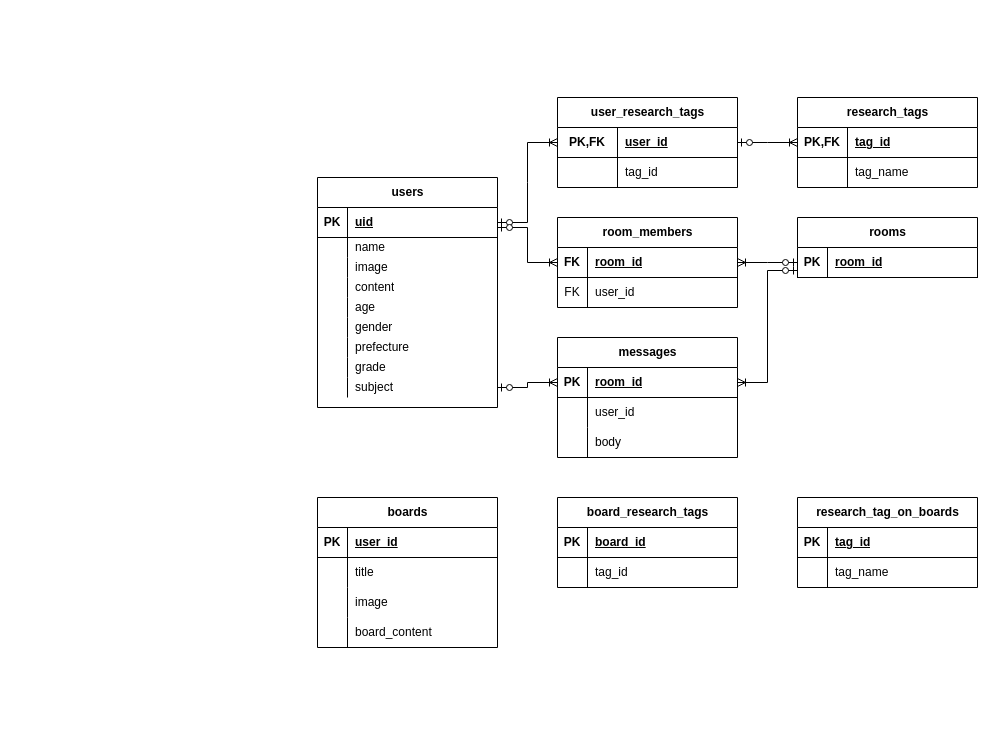
The draw.io diagram ER_auth_test.drawio in chobencho/auth-test, before the edit. Source tidied: cells renumbered, new cells numbered last; positions are measured from the earlier drawing's top-left corner, leaving out a move shared by most shapes. Both pictures are drawn from the tidied source at 100%, with x=0, y=0 at pixel (317, 97).
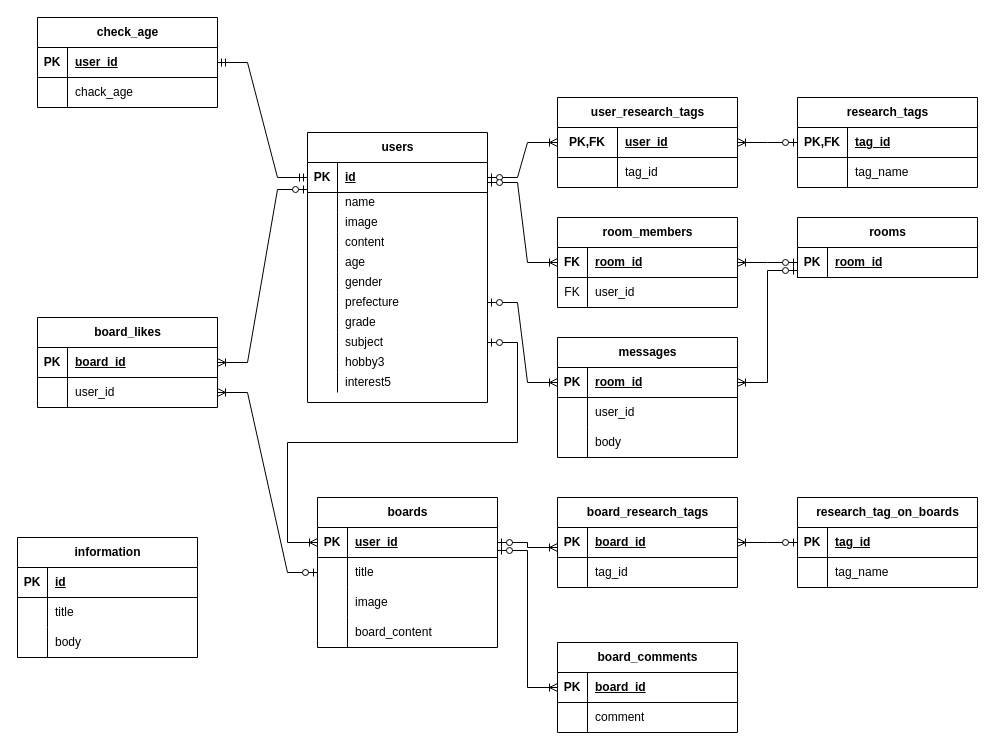
The same page after the edit.

Commit message:
ER_auth_test.drawio を更新します

Unchanged cells that the change refers to:
```xml
<mxCell id="3" style="shape=tableRow;horizontal=0;startSize=0;swimlaneHead=0;swimlaneBody=0;fillColor=none;points=[[0,0.5],[1,0.5]];portConstraint=eastwest;top=0;left=0;right=0;bottom=1;" parent="2" vertex="1">
  <mxGeometry y="30" width="180" height="30" as="geometry" />
</mxCell>
<mxCell id="21" style="shape=tableRow;horizontal=0;startSize=0;swimlaneHead=0;swimlaneBody=0;fillColor=none;points=[[0,0.5],[1,0.5]];portConstraint=eastwest;top=0;left=0;right=0;bottom=0;" parent="2" vertex="1">
  <mxGeometry y="160" width="180" height="20" as="geometry" />
</mxCell>
<mxCell id="27" style="shape=tableRow;horizontal=0;startSize=0;swimlaneHead=0;swimlaneBody=0;fillColor=none;points=[[0,0.5],[1,0.5]];portConstraint=eastwest;top=0;left=0;right=0;bottom=0;" parent="2" vertex="1">
  <mxGeometry y="200" width="180" height="20" as="geometry" />
</mxCell>
<mxCell id="31" style="shape=tableRow;horizontal=0;startSize=0;swimlaneHead=0;swimlaneBody=0;fillColor=none;points=[[0,0.5],[1,0.5]];portConstraint=eastwest;top=0;left=0;right=0;bottom=1;" parent="30" vertex="1">
  <mxGeometry y="30" width="180" height="30" as="geometry" />
</mxCell>
<mxCell id="39" style="shape=tableRow;horizontal=0;startSize=0;swimlaneHead=0;swimlaneBody=0;fillColor=none;points=[[0,0.5],[1,0.5]];portConstraint=eastwest;top=0;left=0;right=0;bottom=1;" parent="38" vertex="1">
  <mxGeometry y="30" width="180" height="30" as="geometry" />
</mxCell>
<mxCell id="61" style="shape=tableRow;horizontal=0;startSize=0;swimlaneHead=0;swimlaneBody=0;fillColor=none;points=[[0,0.5],[1,0.5]];portConstraint=eastwest;top=0;left=0;right=0;bottom=1;" parent="60" vertex="1">
  <mxGeometry y="30" width="180" height="30" as="geometry" />
</mxCell>
<mxCell id="72" style="shape=tableRow;horizontal=0;startSize=0;swimlaneHead=0;swimlaneBody=0;fillColor=none;points=[[0,0.5],[1,0.5]];portConstraint=eastwest;top=0;left=0;right=0;bottom=1;" parent="71" vertex="1">
  <mxGeometry y="30" width="180" height="30" as="geometry" />
</mxCell>
<mxCell id="75" style="shape=tableRow;horizontal=0;startSize=0;swimlaneHead=0;swimlaneBody=0;fillColor=none;points=[[0,0.5],[1,0.5]];portConstraint=eastwest;top=0;left=0;right=0;bottom=0;" parent="71" vertex="1">
  <mxGeometry y="60" width="180" height="30" as="geometry" />
</mxCell>
<mxCell id="85" style="shape=tableRow;horizontal=0;startSize=0;swimlaneHead=0;swimlaneBody=0;fillColor=none;points=[[0,0.5],[1,0.5]];portConstraint=eastwest;top=0;left=0;right=0;bottom=1;" parent="84" vertex="1">
  <mxGeometry y="30" width="180" height="30" as="geometry" />
</mxCell>
<mxCell id="92" style="shape=tableRow;horizontal=0;startSize=0;swimlaneHead=0;swimlaneBody=0;fillColor=none;points=[[0,0.5],[1,0.5]];portConstraint=eastwest;top=0;left=0;right=0;bottom=1;" parent="91" vertex="1">
  <mxGeometry y="30" width="180" height="30" as="geometry" />
</mxCell>
```

Change to the diagram source:
```diff
@@
     <mxCell id="2" value="users" style="shape=table;startSize=30;childLayout=tableLayout;rowLines=0;fontStyle=1;align=center;html=1;" parent="1" vertex="1">
-      <mxGeometry y="80" width="180" height="230" as="geometry" />
+      <mxGeometry x="-10" y="35" width="180" height="270" as="geometry" />
     </mxCell>
@@
-    <mxCell id="5" value="uid" style="shape=partialRectangle;fillColor=none;top=0;left=0;bottom=0;right=0;align=left;spacingLeft=6;fontStyle=5;overflow=hidden;whiteSpace=wrap;html=1;" parent="3" vertex="1">
+    <mxCell id="5" value="id" style="shape=partialRectangle;fillColor=none;top=0;left=0;bottom=0;right=0;align=left;spacingLeft=6;fontStyle=5;overflow=hidden;whiteSpace=wrap;html=1;" parent="3" vertex="1">
       <mxGeometry x="30" width="150" height="30" as="geometry" />
     </mxCell>
@@
+    <mxCell id="98" style="shape=tableRow;horizontal=0;startSize=0;swimlaneHead=0;swimlaneBody=0;fillColor=none;top=0;left=0;right=0;bottom=0;" parent="2" vertex="1">
+      <mxGeometry y="220" width="180" height="20" as="geometry" />
+    </mxCell>
+    <mxCell id="99" style="shape=partialRectangle;fillColor=none;top=0;left=0;bottom=0;right=0;overflow=hidden;whiteSpace=wrap;html=1;" parent="98" vertex="1">
+      <mxGeometry width="30" height="20" as="geometry" />
+    </mxCell>
+    <mxCell id="100" value="hobby3" style="shape=partialRectangle;fillColor=none;top=0;left=0;bottom=0;right=0;align=left;spacingLeft=6;overflow=hidden;whiteSpace=wrap;html=1;" parent="98" vertex="1">
+      <mxGeometry x="30" width="150" height="20" as="geometry" />
+    </mxCell>
+    <mxCell id="101" style="shape=tableRow;horizontal=0;startSize=0;swimlaneHead=0;swimlaneBody=0;fillColor=none;top=0;left=0;right=0;bottom=0;" parent="2" vertex="1">
+      <mxGeometry y="240" width="180" height="20" as="geometry" />
+    </mxCell>
+    <mxCell id="102" style="shape=partialRectangle;fillColor=none;top=0;left=0;bottom=0;right=0;overflow=hidden;whiteSpace=wrap;html=1;" parent="101" vertex="1">
+      <mxGeometry width="30" height="20" as="geometry" />
+    </mxCell>
+    <mxCell id="103" value="interest5" style="shape=partialRectangle;fillColor=none;top=0;left=0;bottom=0;right=0;align=left;spacingLeft=6;overflow=hidden;whiteSpace=wrap;html=1;" parent="101" vertex="1">
+      <mxGeometry x="30" width="150" height="20" as="geometry" />
+    </mxCell>
@@
-    <mxCell id="45" style="edgeStyle=entityRelationEdgeStyle;fontSize=12;html=1;endArrow=ERoneToMany;startArrow=ERzeroToOne;rounded=0;entryX=0;entryY=0.5;entryDx=0;entryDy=0;exitX=1;exitY=0.5;exitDx=0;exitDy=0;" parent="1" edge="1" source="31" target="39">
-      <mxGeometry relative="1" as="geometry" />
-    </mxCell>
@@
-    <mxCell id="59" style="edgeStyle=entityRelationEdgeStyle;fontSize=12;html=1;endArrow=ERoneToMany;startArrow=ERzeroToOne;rounded=0;entryX=0;entryY=0.5;entryDx=0;entryDy=0;exitX=1;exitY=0.5;exitDx=0;exitDy=0;" parent="1" edge="1" source="27" target="61">
+    <mxCell id="59" style="edgeStyle=entityRelationEdgeStyle;fontSize=12;html=1;endArrow=ERoneToMany;startArrow=ERzeroToOne;rounded=0;entryX=0;entryY=0.5;entryDx=0;entryDy=0;exitX=1;exitY=0.5;exitDx=0;exitDy=0;" parent="1" edge="1" source="21" target="61">
       <mxGeometry relative="1" as="geometry">
         <Array as="points">
           <mxPoint x="178.9" y="641" />
           <mxPoint x="260" y="440" />
           <mxPoint x="488.9" y="731" />
           <mxPoint x="658.9" y="641" />
           <mxPoint x="668.9" y="660" />
           <mxPoint x="448.9" y="820" />
           <mxPoint x="658.9" y="860" />
         </Array>
       </mxGeometry>
     </mxCell>
@@
+    <mxCell id="104" style="edgeStyle=entityRelationEdgeStyle;fontSize=12;html=1;endArrow=ERoneToMany;startArrow=ERzeroToOne;rounded=0;exitX=1;exitY=0.5;exitDx=0;exitDy=0;" parent="1" edge="1" source="27">
+      <mxGeometry relative="1" as="geometry">
+        <mxPoint y="445" as="targetPoint" />
+        <Array as="points">
+          <mxPoint x="-30" y="290" />
+        </Array>
+      </mxGeometry>
+    </mxCell>
+    <mxCell id="105" style="edgeStyle=entityRelationEdgeStyle;fontSize=12;html=1;endArrow=ERoneToMany;startArrow=ERzeroToOne;rounded=0;entryX=0;entryY=0.667;entryDx=0;entryDy=0;exitX=1;exitY=0.5;exitDx=0;exitDy=0;entryPerimeter=0;" parent="1" edge="1" source="72" target="85">
+      <mxGeometry relative="1" as="geometry">
+        <Array as="points">
+          <mxPoint x="178.9" y="798.5" />
+          <mxPoint x="260" y="597.5" />
+          <mxPoint x="488.9" y="888.5" />
+          <mxPoint x="658.9" y="798.5" />
+          <mxPoint x="668.9" y="817.5" />
+          <mxPoint x="448.9" y="977.5" />
+          <mxPoint x="658.9" y="1017.5" />
+        </Array>
+      </mxGeometry>
+    </mxCell>
+    <mxCell id="106" style="edgeStyle=entityRelationEdgeStyle;fontSize=12;html=1;endArrow=ERoneToMany;startArrow=ERzeroToOne;rounded=0;entryX=1;entryY=0.5;entryDx=0;entryDy=0;exitX=0;exitY=0.5;exitDx=0;exitDy=0;" parent="1" edge="1" source="92" target="85">
+      <mxGeometry relative="1" as="geometry">
+        <Array as="points">
+          <mxPoint x="418.9" y="883.5" />
+          <mxPoint x="500" y="682.5" />
+          <mxPoint x="728.9" y="973.5" />
+          <mxPoint x="898.9" y="883.5" />
+          <mxPoint x="908.9" y="902.5" />
+          <mxPoint x="688.9" y="1062.5" />
+          <mxPoint x="898.9" y="1102.5" />
+        </Array>
+      </mxGeometry>
+    </mxCell>
+    <mxCell id="107" style="edgeStyle=entityRelationEdgeStyle;fontSize=12;html=1;endArrow=ERoneToMany;startArrow=ERzeroToOne;rounded=0;exitX=0;exitY=0.5;exitDx=0;exitDy=0;" parent="1" edge="1" source="39" target="31">
+      <mxGeometry relative="1" as="geometry">
+        <Array as="points">
+          <mxPoint x="308.9" y="548.5" />
+          <mxPoint x="390" y="347.5" />
+          <mxPoint x="618.9" y="638.5" />
+          <mxPoint x="788.9" y="548.5" />
+          <mxPoint x="798.9" y="567.5" />
+          <mxPoint x="578.9" y="727.5" />
+          <mxPoint x="788.9" y="767.5" />
+        </Array>
+      </mxGeometry>
+    </mxCell>
+    <mxCell id="108" value="board_likes" style="shape=table;startSize=30;childLayout=tableLayout;rowLines=0;fontStyle=1;align=center;html=1;" parent="1" vertex="1">
+      <mxGeometry x="-280" y="220" width="180" height="90" as="geometry" />
+    </mxCell>
+    <mxCell id="109" style="shape=tableRow;horizontal=0;startSize=0;swimlaneHead=0;swimlaneBody=0;fillColor=none;points=[[0,0.5],[1,0.5]];portConstraint=eastwest;top=0;left=0;right=0;bottom=1;" parent="108" vertex="1">
+      <mxGeometry y="30" width="180" height="30" as="geometry" />
+    </mxCell>
+    <mxCell id="110" value="PK" style="shape=partialRectangle;fillColor=none;top=0;left=0;bottom=0;right=0;fontStyle=1;overflow=hidden;whiteSpace=wrap;html=1;" parent="109" vertex="1">
+      <mxGeometry width="30" height="30" as="geometry" />
+    </mxCell>
+    <mxCell id="111" value="board_id" style="shape=partialRectangle;fillColor=none;top=0;left=0;bottom=0;right=0;align=left;spacingLeft=6;fontStyle=5;overflow=hidden;whiteSpace=wrap;html=1;" parent="109" vertex="1">
+      <mxGeometry x="30" width="150" height="30" as="geometry" />
+    </mxCell>
+    <mxCell id="112" style="shape=tableRow;horizontal=0;startSize=0;swimlaneHead=0;swimlaneBody=0;fillColor=none;points=[[0,0.5],[1,0.5]];portConstraint=eastwest;top=0;left=0;right=0;bottom=0;" parent="108" vertex="1">
+      <mxGeometry y="60" width="180" height="30" as="geometry" />
+    </mxCell>
+    <mxCell id="113" style="shape=partialRectangle;fillColor=none;top=0;left=0;bottom=0;right=0;overflow=hidden;whiteSpace=wrap;html=1;" parent="112" vertex="1">
+      <mxGeometry width="30" height="30" as="geometry" />
+    </mxCell>
+    <mxCell id="114" value="user_id" style="shape=partialRectangle;fillColor=none;top=0;left=0;bottom=0;right=0;align=left;spacingLeft=6;overflow=hidden;whiteSpace=wrap;html=1;" parent="112" vertex="1">
+      <mxGeometry x="30" width="150" height="30" as="geometry" />
+    </mxCell>
+    <mxCell id="115" style="edgeStyle=entityRelationEdgeStyle;fontSize=12;html=1;endArrow=ERoneToMany;startArrow=ERzeroToOne;rounded=0;exitX=0;exitY=0.9;exitDx=0;exitDy=0;entryX=1;entryY=0.5;entryDx=0;entryDy=0;exitPerimeter=0;" parent="1" edge="1" source="3" target="109">
+      <mxGeometry relative="1" as="geometry">
+        <Array as="points">
+          <mxPoint x="-310" y="310" />
+        </Array>
+      </mxGeometry>
+    </mxCell>
+    <mxCell id="116" style="edgeStyle=entityRelationEdgeStyle;fontSize=12;html=1;endArrow=ERoneToMany;startArrow=ERzeroToOne;rounded=0;exitX=0;exitY=0.5;exitDx=0;exitDy=0;entryX=1;entryY=0.5;entryDx=0;entryDy=0;" parent="1" edge="1" source="75" target="112">
+      <mxGeometry relative="1" as="geometry">
+        <Array as="points">
+          <mxPoint x="-430" y="645" />
+        </Array>
+      </mxGeometry>
+    </mxCell>
+    <mxCell id="117" value="board_comments" style="shape=table;startSize=30;childLayout=tableLayout;rowLines=0;fontStyle=1;align=center;html=1;" parent="1" vertex="1">
+      <mxGeometry x="240" y="545" width="180" height="90" as="geometry" />
+    </mxCell>
+    <mxCell id="118" style="shape=tableRow;horizontal=0;startSize=0;swimlaneHead=0;swimlaneBody=0;fillColor=none;points=[[0,0.5],[1,0.5]];portConstraint=eastwest;top=0;left=0;right=0;bottom=1;" parent="117" vertex="1">
+      <mxGeometry y="30" width="180" height="30" as="geometry" />
+    </mxCell>
+    <mxCell id="119" value="PK" style="shape=partialRectangle;fillColor=none;top=0;left=0;bottom=0;right=0;fontStyle=1;overflow=hidden;whiteSpace=wrap;html=1;" parent="118" vertex="1">
+      <mxGeometry width="30" height="30" as="geometry" />
+    </mxCell>
+    <mxCell id="120" value="board_id" style="shape=partialRectangle;fillColor=none;top=0;left=0;bottom=0;right=0;align=left;spacingLeft=6;fontStyle=5;overflow=hidden;whiteSpace=wrap;html=1;" parent="118" vertex="1">
+      <mxGeometry x="30" width="150" height="30" as="geometry" />
+    </mxCell>
+    <mxCell id="121" style="shape=tableRow;horizontal=0;startSize=0;swimlaneHead=0;swimlaneBody=0;fillColor=none;top=0;left=0;right=0;bottom=0;" parent="117" vertex="1">
+      <mxGeometry y="60" width="180" height="30" as="geometry" />
+    </mxCell>
+    <mxCell id="122" style="shape=partialRectangle;fillColor=none;top=0;left=0;bottom=0;right=0;overflow=hidden;whiteSpace=wrap;html=1;" parent="121" vertex="1">
+      <mxGeometry width="30" height="30" as="geometry" />
+    </mxCell>
+    <mxCell id="123" value="comment" style="shape=partialRectangle;fillColor=none;top=0;left=0;bottom=0;right=0;align=left;spacingLeft=6;overflow=hidden;whiteSpace=wrap;html=1;" parent="121" vertex="1">
+      <mxGeometry x="30" width="150" height="30" as="geometry" />
+    </mxCell>
+    <mxCell id="124" style="edgeStyle=entityRelationEdgeStyle;fontSize=12;html=1;endArrow=ERoneToMany;startArrow=ERzeroToOne;rounded=0;entryX=0;entryY=0.5;entryDx=0;entryDy=0;exitX=1;exitY=0.767;exitDx=0;exitDy=0;exitPerimeter=0;" parent="1" edge="1" source="72" target="118">
+      <mxGeometry relative="1" as="geometry">
+        <Array as="points">
+          <mxPoint x="188.9" y="808.5" />
+          <mxPoint x="270" y="607.5" />
+          <mxPoint x="498.9" y="898.5" />
+          <mxPoint x="668.9" y="808.5" />
+          <mxPoint x="678.9" y="827.5" />
+          <mxPoint x="458.9" y="987.5" />
+          <mxPoint x="668.9" y="1027.5" />
+        </Array>
+      </mxGeometry>
+    </mxCell>
+    <mxCell id="125" value="check_age" style="shape=table;startSize=30;childLayout=tableLayout;rowLines=0;fontStyle=1;align=center;html=1;" parent="1" vertex="1">
+      <mxGeometry x="-280" y="-80" width="180" height="90" as="geometry" />
+    </mxCell>
+    <mxCell id="126" style="shape=tableRow;horizontal=0;startSize=0;swimlaneHead=0;swimlaneBody=0;fillColor=none;points=[[0,0.5],[1,0.5]];portConstraint=eastwest;top=0;left=0;right=0;bottom=1;" parent="125" vertex="1">
+      <mxGeometry y="30" width="180" height="30" as="geometry" />
+    </mxCell>
+    <mxCell id="127" value="PK" style="shape=partialRectangle;fillColor=none;top=0;left=0;bottom=0;right=0;fontStyle=1;overflow=hidden;whiteSpace=wrap;html=1;" parent="126" vertex="1">
+      <mxGeometry width="30" height="30" as="geometry" />
+    </mxCell>
+    <mxCell id="128" value="user_id" style="shape=partialRectangle;fillColor=none;top=0;left=0;bottom=0;right=0;align=left;spacingLeft=6;fontStyle=5;overflow=hidden;whiteSpace=wrap;html=1;" parent="126" vertex="1">
+      <mxGeometry x="30" width="150" height="30" as="geometry" />
+    </mxCell>
+    <mxCell id="129" style="shape=tableRow;horizontal=0;startSize=0;swimlaneHead=0;swimlaneBody=0;fillColor=none;top=0;left=0;right=0;bottom=0;" parent="125" vertex="1">
+      <mxGeometry y="60" width="180" height="30" as="geometry" />
+    </mxCell>
+    <mxCell id="130" style="shape=partialRectangle;fillColor=none;top=0;left=0;bottom=0;right=0;overflow=hidden;whiteSpace=wrap;html=1;" parent="129" vertex="1">
+      <mxGeometry width="30" height="30" as="geometry" />
+    </mxCell>
+    <mxCell id="131" value="chack_age" style="shape=partialRectangle;fillColor=none;top=0;left=0;bottom=0;right=0;align=left;spacingLeft=6;overflow=hidden;whiteSpace=wrap;html=1;" parent="129" vertex="1">
+      <mxGeometry x="30" width="150" height="30" as="geometry" />
+    </mxCell>
+    <mxCell id="132" style="edgeStyle=entityRelationEdgeStyle;fontSize=12;html=1;endArrow=ERmandOne;startArrow=ERmandOne;rounded=0;entryX=1;entryY=0.5;entryDx=0;entryDy=0;exitX=0;exitY=0.5;exitDx=0;exitDy=0;" parent="1" edge="1" source="3" target="126">
+      <mxGeometry relative="1" as="geometry" />
+    </mxCell>
+    <mxCell id="133" value="information" style="shape=table;startSize=30;childLayout=tableLayout;rowLines=0;fontStyle=1;align=center;html=1;" parent="1" vertex="1">
+      <mxGeometry x="-300" y="440" width="180" height="120" as="geometry" />
+    </mxCell>
+    <mxCell id="134" style="shape=tableRow;horizontal=0;startSize=0;swimlaneHead=0;swimlaneBody=0;fillColor=none;top=0;left=0;right=0;bottom=1;" parent="133" vertex="1">
+      <mxGeometry y="30" width="180" height="30" as="geometry" />
+    </mxCell>
+    <mxCell id="135" value="PK" style="shape=partialRectangle;fillColor=none;top=0;left=0;bottom=0;right=0;fontStyle=1;overflow=hidden;whiteSpace=wrap;html=1;" parent="134" vertex="1">
+      <mxGeometry width="30" height="30" as="geometry" />
+    </mxCell>
+    <mxCell id="136" value="id" style="shape=partialRectangle;fillColor=none;top=0;left=0;bottom=0;right=0;align=left;spacingLeft=6;fontStyle=5;overflow=hidden;whiteSpace=wrap;html=1;" parent="134" vertex="1">
+      <mxGeometry x="30" width="150" height="30" as="geometry" />
+    </mxCell>
+    <mxCell id="137" style="shape=tableRow;horizontal=0;startSize=0;swimlaneHead=0;swimlaneBody=0;fillColor=none;top=0;left=0;right=0;bottom=0;" parent="133" vertex="1">
+      <mxGeometry y="60" width="180" height="30" as="geometry" />
+    </mxCell>
+    <mxCell id="138" style="shape=partialRectangle;fillColor=none;top=0;left=0;bottom=0;right=0;overflow=hidden;whiteSpace=wrap;html=1;" parent="137" vertex="1">
+      <mxGeometry width="30" height="30" as="geometry" />
+    </mxCell>
+    <mxCell id="139" value="title" style="shape=partialRectangle;fillColor=none;top=0;left=0;bottom=0;right=0;align=left;spacingLeft=6;overflow=hidden;whiteSpace=wrap;html=1;" parent="137" vertex="1">
+      <mxGeometry x="30" width="150" height="30" as="geometry" />
+    </mxCell>
+    <mxCell id="140" style="shape=tableRow;horizontal=0;startSize=0;swimlaneHead=0;swimlaneBody=0;fillColor=none;top=0;left=0;right=0;bottom=0;" parent="133" vertex="1">
+      <mxGeometry y="90" width="180" height="30" as="geometry" />
+    </mxCell>
+    <mxCell id="141" style="shape=partialRectangle;fillColor=none;top=0;left=0;bottom=0;right=0;overflow=hidden;whiteSpace=wrap;html=1;" parent="140" vertex="1">
+      <mxGeometry width="30" height="30" as="geometry" />
+    </mxCell>
+    <mxCell id="142" value="body" style="shape=partialRectangle;fillColor=none;top=0;left=0;bottom=0;right=0;align=left;spacingLeft=6;overflow=hidden;whiteSpace=wrap;html=1;" parent="140" vertex="1">
+      <mxGeometry x="30" width="150" height="30" as="geometry" />
+    </mxCell>
```
